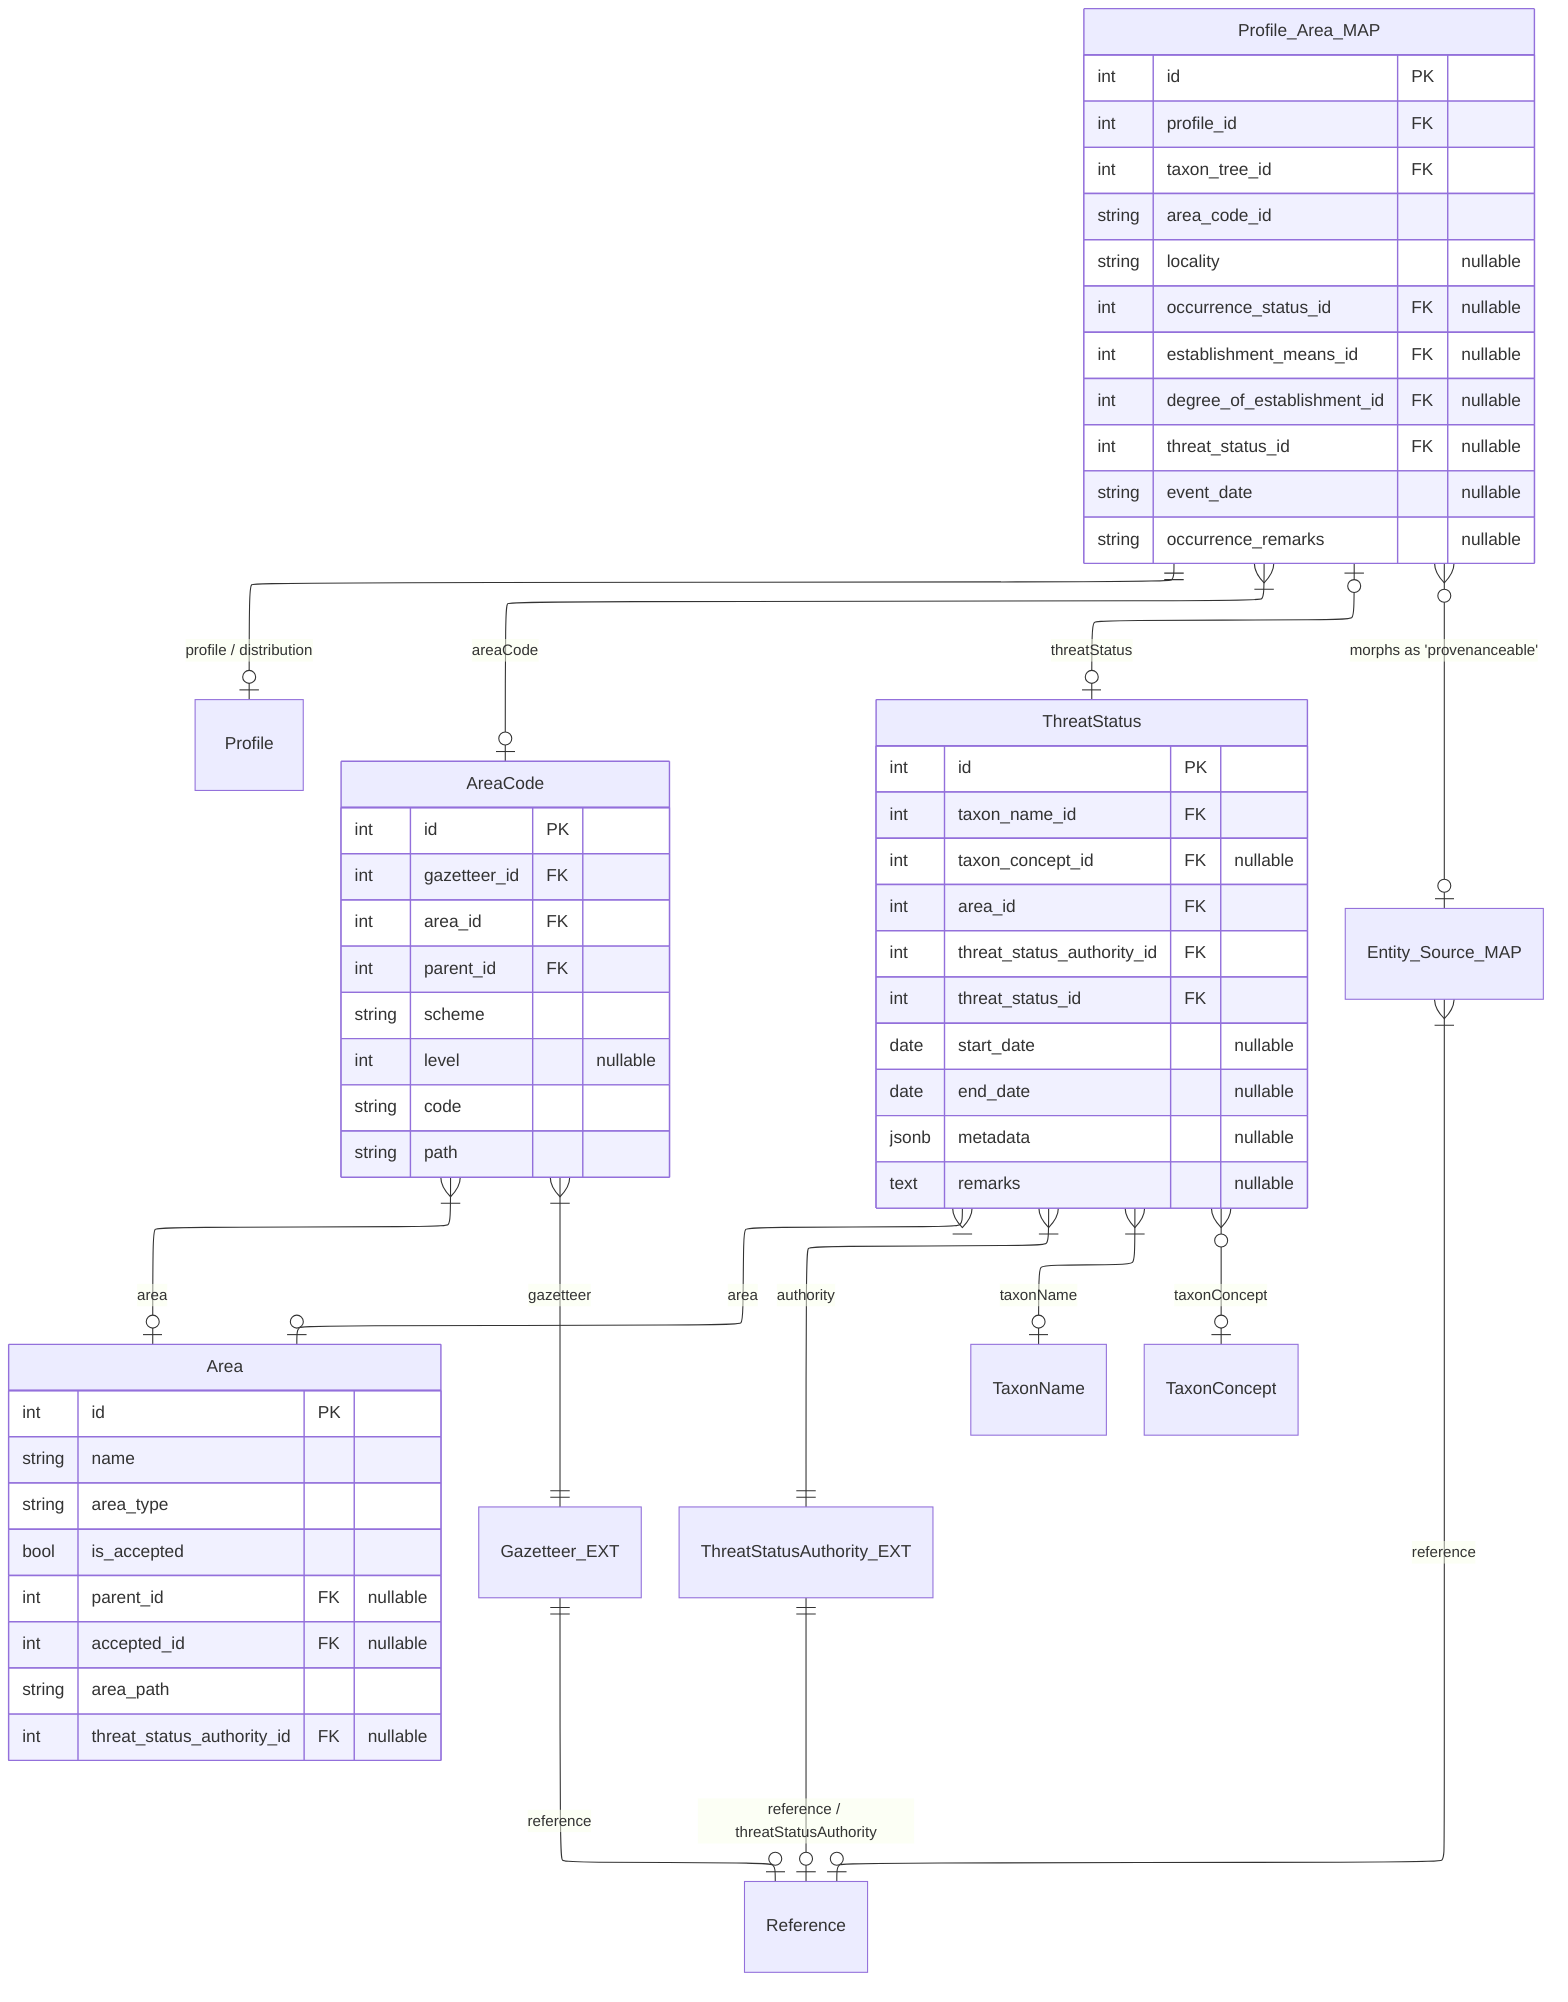
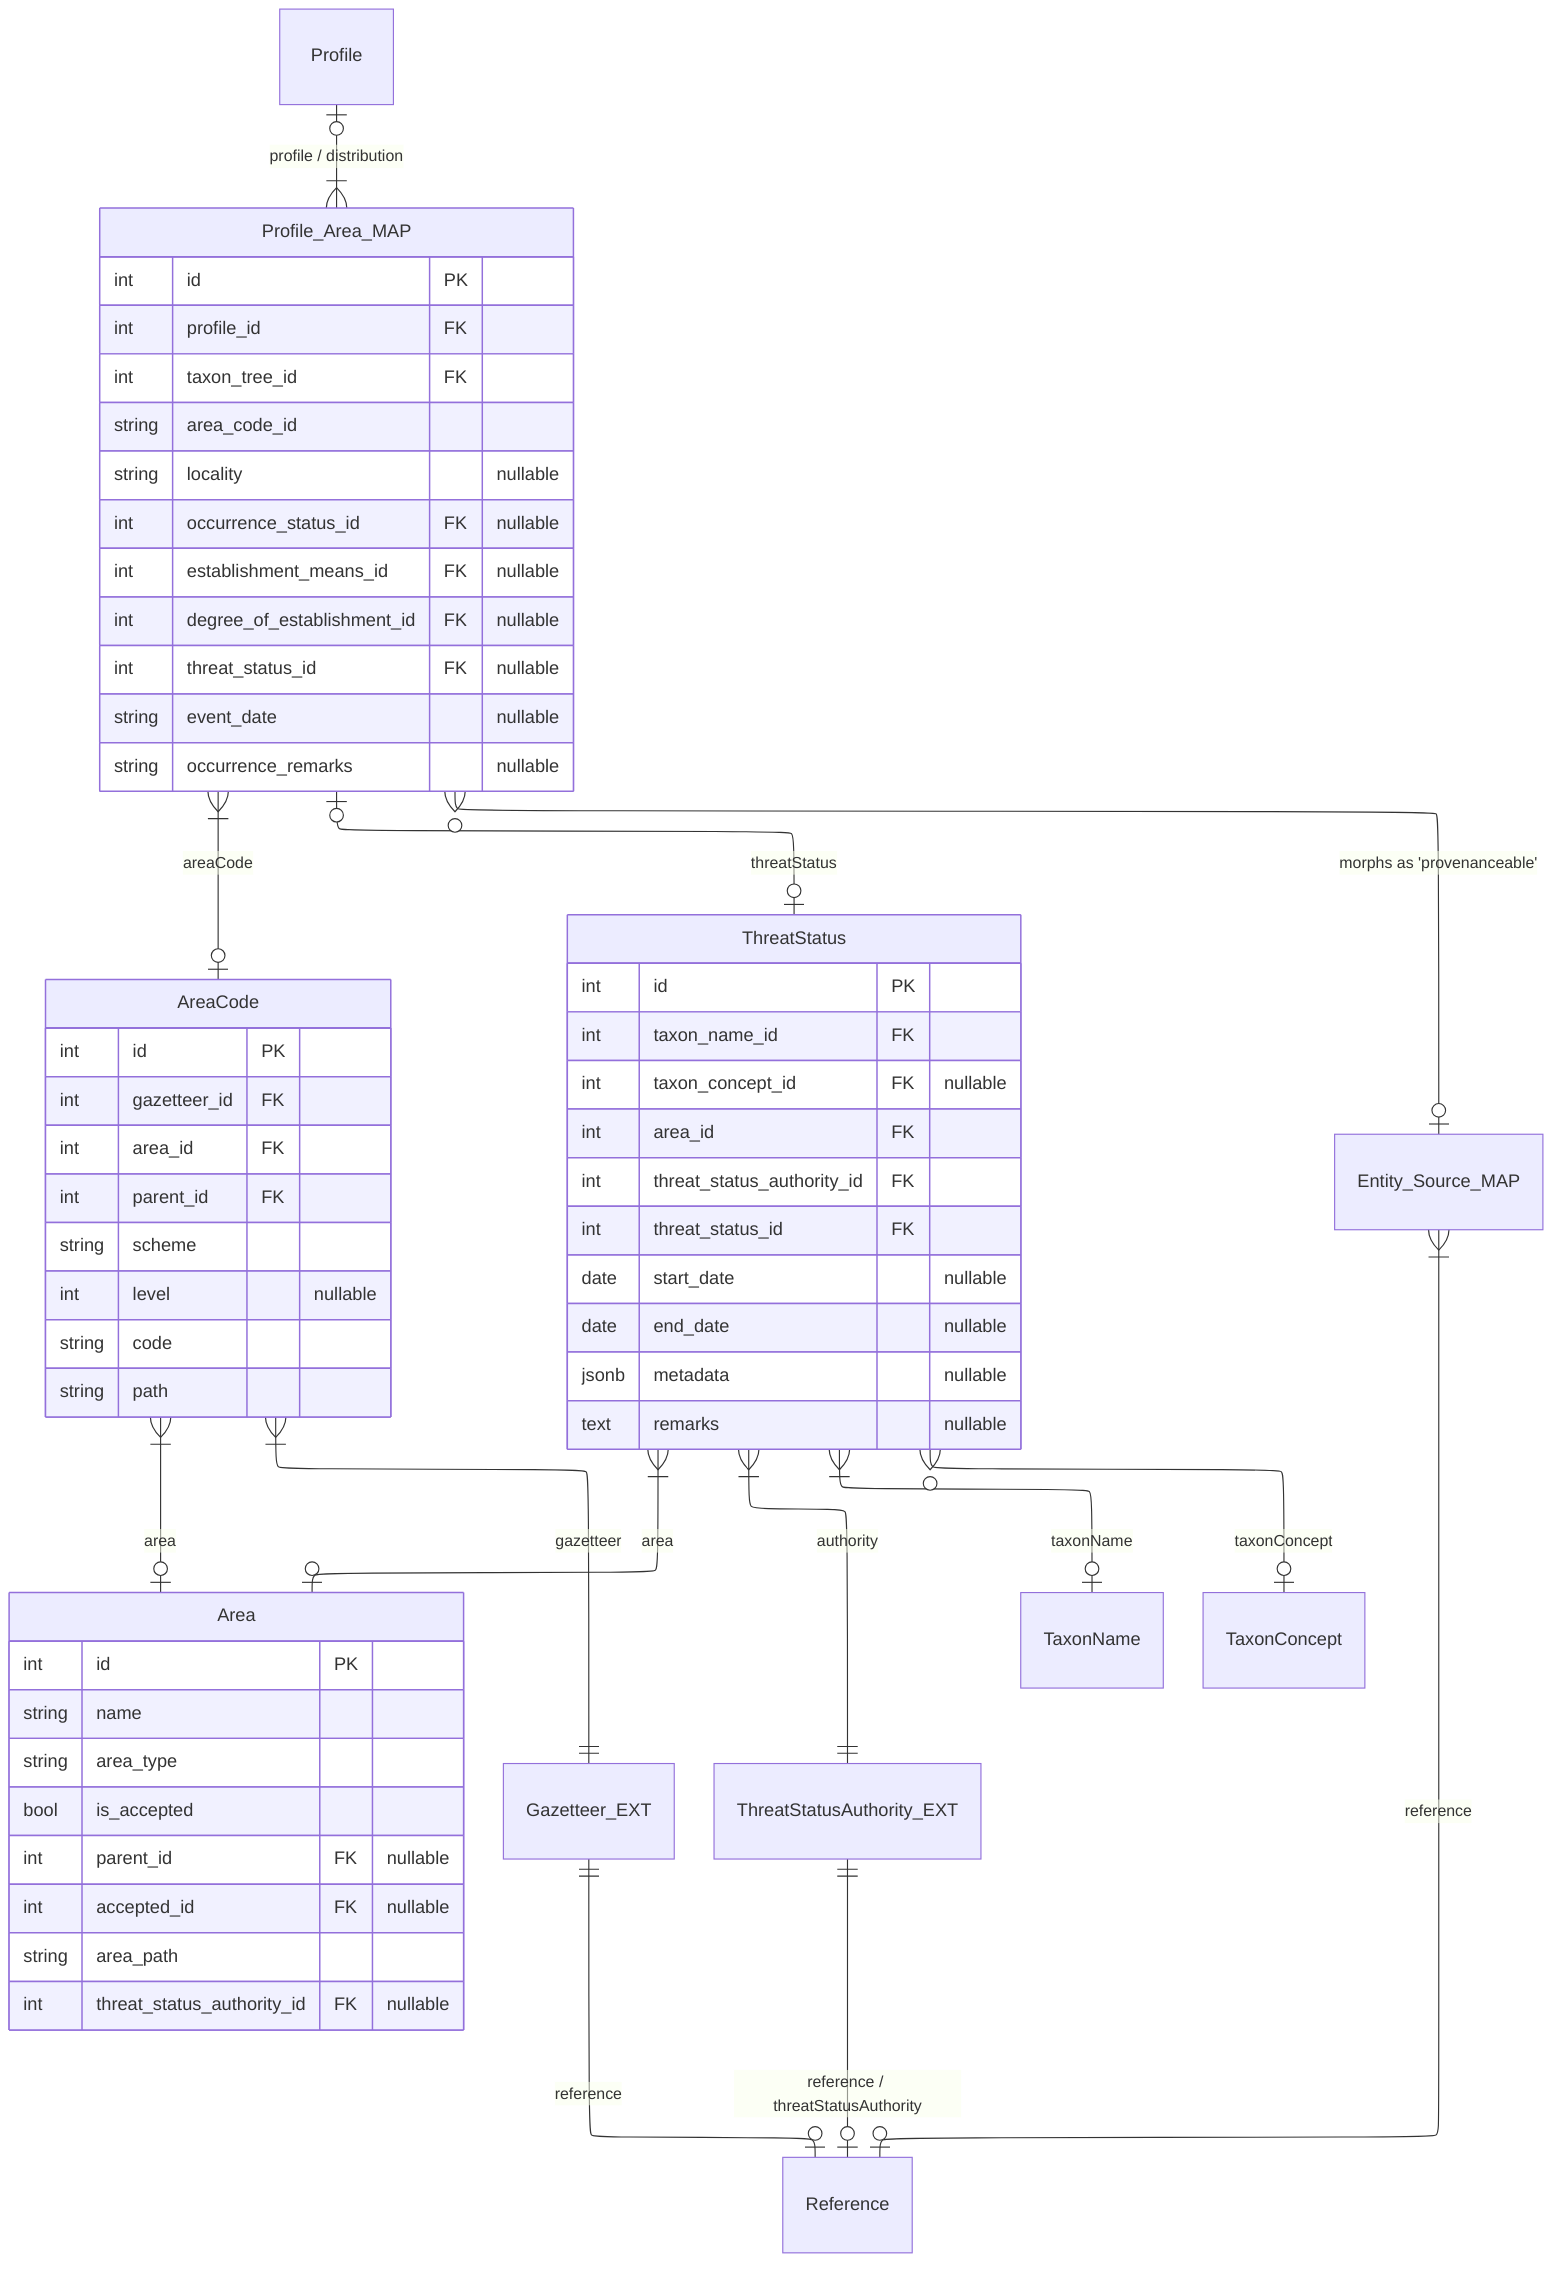
---
config:
  layout: elk
---
erDiagram
-   Profile_Area_MAP ||--o| Profile : "profile / distribution"
+   Profile |o--|{ Profile_Area_MAP : "profile / distribution"

  %% Profile }o--o{ Entity_Source_MAP : "morphs as 'provenanceable'"
  Profile_Area_MAP }|--o| AreaCode : "areaCode"
  AreaCode }|--o| Area : area
  AreaCode }|--|| Gazetteer_EXT : "gazetteer"
  Gazetteer_EXT ||--o| Reference : reference

  Profile_Area_MAP |o--o| ThreatStatus : threatStatus
  ThreatStatus }|--|| ThreatStatusAuthority_EXT : "authority"
  ThreatStatus }|--o| Area : "area"
  ThreatStatusAuthority_EXT ||--o| Reference : "reference / threatStatusAuthority"
  ThreatStatus }|--o| TaxonName : "taxonName"
  ThreatStatus }o--o| TaxonConcept : "taxonConcept"

  Profile_Area_MAP }o--o| Entity_Source_MAP : "morphs as 'provenanceable'"
  Entity_Source_MAP }|--o| Reference : "reference"

  Profile_Area_MAP {
    int id PK
    int profile_id FK
    int taxon_tree_id FK
    string area_code_id
    string locality "nullable"
    int occurrence_status_id FK "nullable"
    int establishment_means_id FK "nullable"
    int degree_of_establishment_id FK "nullable"
    int threat_status_id FK "nullable"
    string event_date "nullable"
    string occurrence_remarks "nullable"
  }

  AreaCode {
    int id PK
    int gazetteer_id FK
    int area_id FK
    int parent_id FK
    string scheme
    int level "nullable"
    string code
    string path
  }

  Area {
    int id PK
    string name
    string area_type
    bool is_accepted
    int parent_id FK "nullable"
    int accepted_id FK "nullable"
    string area_path
    int threat_status_authority_id FK "nullable"
  }

  ThreatStatus {
    int id PK
    int taxon_name_id FK
    int taxon_concept_id FK "nullable"
    int area_id FK
    int threat_status_authority_id FK
    int threat_status_id FK
    date start_date "nullable"
    date end_date "nullable"
    jsonb metadata "nullable"
    text remarks "nullable"
  }